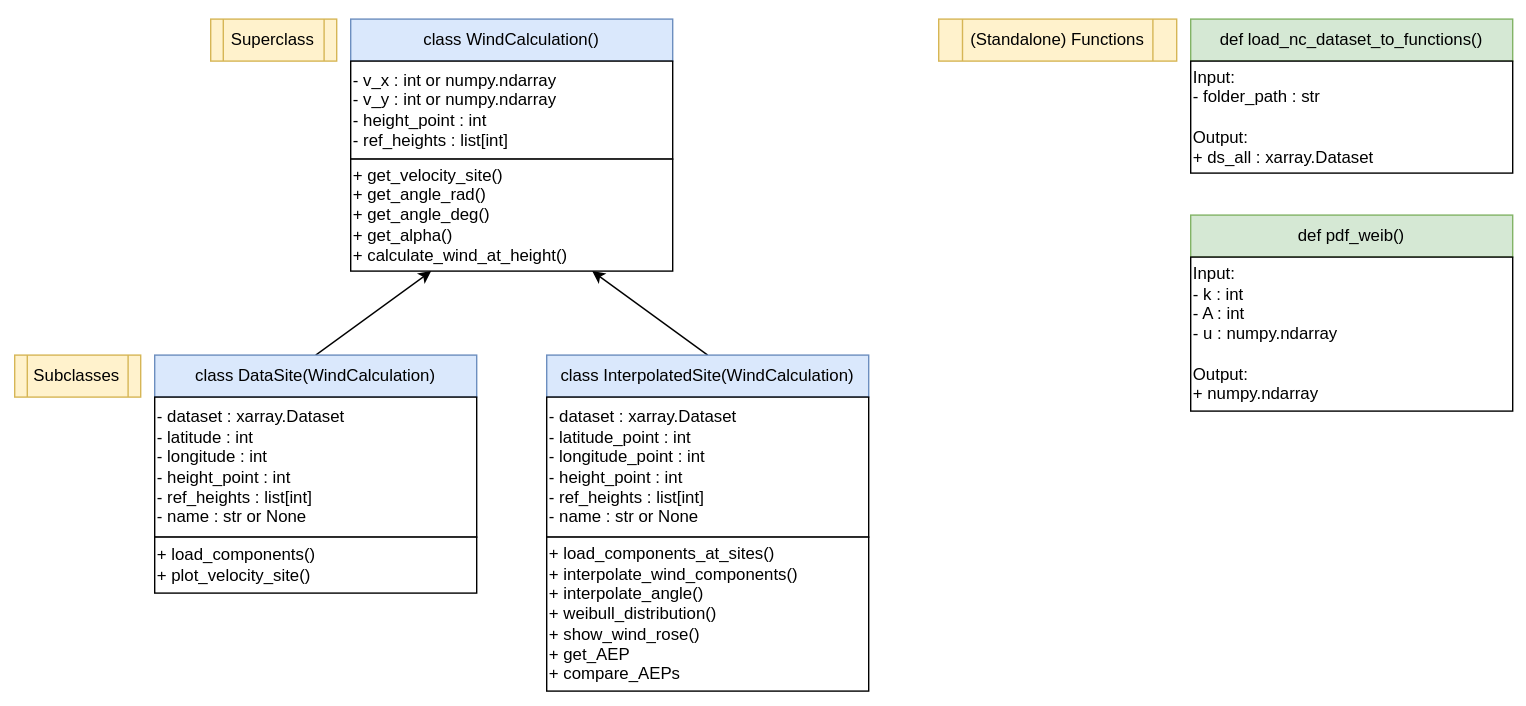
Before: diagrams/Overview.svg, a diagram exported from draw.io (DTUWindEducation/final-project-grustlers). Source tidied: cells renumbered, new cells last; positions are measured from the earlier drawing's top-left corner, leaving out a move shared by most shapes.
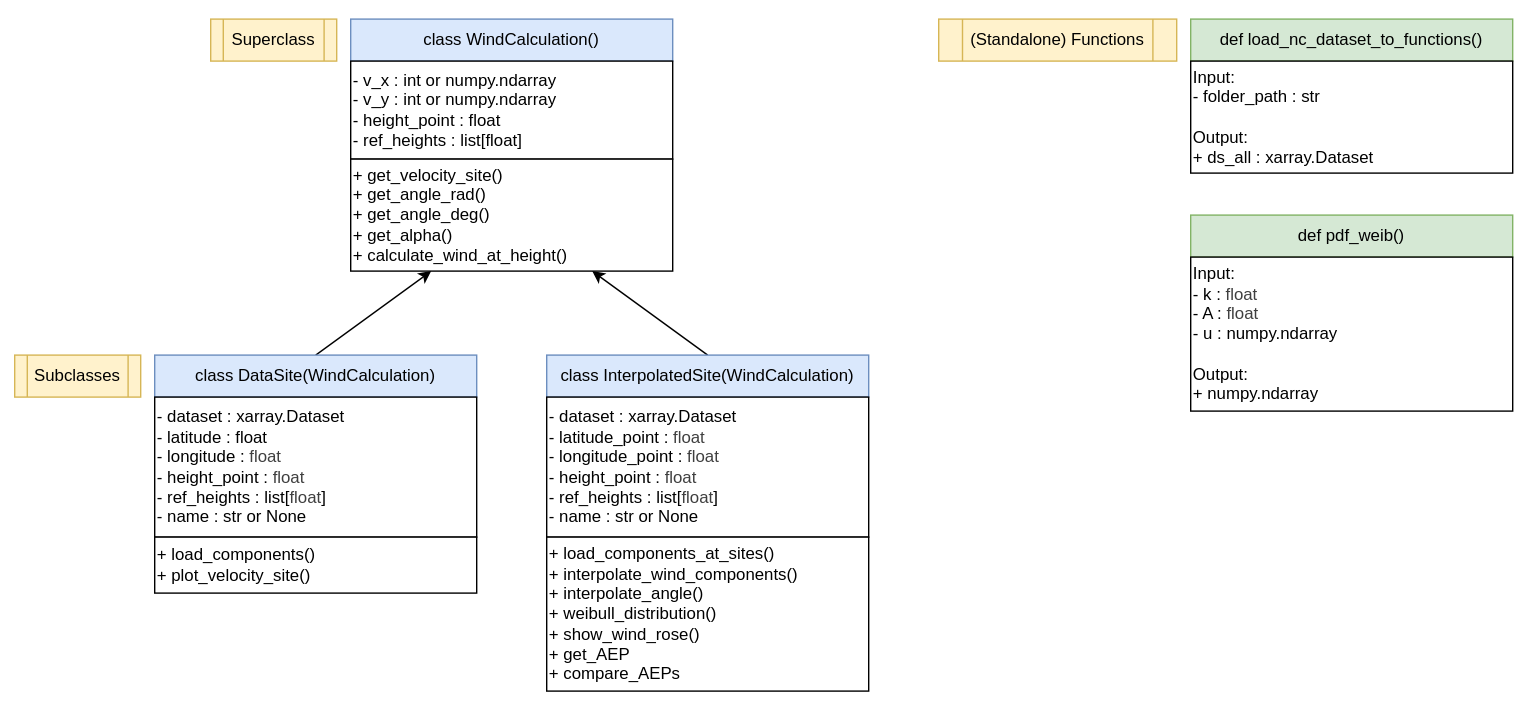
The same file after the commit.

Commit message:
Fixed a typo in README and updated diagrams because of misinterpretation of some inputs for certain functions/methods

Diff of the diagram source:
```diff
@@ -8,7 +8,7 @@
     <mxCell id="3" value="class WindCalculation()" style="rounded=0;whiteSpace=wrap;html=1;fillColor=#dae8fc;strokeColor=#6c8ebf;" parent="1" vertex="1">
       <mxGeometry x="250" y="14" width="230" height="30" as="geometry" />
     </mxCell>
-    <mxCell id="4" value="- v_x : int or numpy.ndarray&lt;div&gt;- v_y : int or numpy.ndarray&lt;/div&gt;&lt;div&gt;- height_point : int&lt;/div&gt;&lt;div&gt;- ref_heights : list[int]&lt;/div&gt;" style="rounded=0;whiteSpace=wrap;html=1;align=left;" parent="1" vertex="1">
+    <mxCell id="4" value="- v_x : int or numpy.ndarray&lt;div&gt;- v_y : int or numpy.ndarray&lt;/div&gt;&lt;div&gt;- height_point : float&lt;/div&gt;&lt;div&gt;- ref_heights : list[float]&lt;/div&gt;" style="rounded=0;whiteSpace=wrap;html=1;align=left;" parent="1" vertex="1">
       <mxGeometry x="250" y="44" width="230" height="70" as="geometry" />
     </mxCell>
     <mxCell id="5" value="+ get_velocity_site()&lt;div&gt;+ get_angle_rad()&lt;/div&gt;&lt;div&gt;+ get_angle_deg()&lt;/div&gt;&lt;div&gt;+ get_alpha()&lt;/div&gt;&lt;div&gt;+ calculate_wind_at_height()&lt;/div&gt;" style="rounded=0;whiteSpace=wrap;html=1;align=left;" parent="1" vertex="1">
@@ -26,7 +26,7 @@
     <mxCell id="9" value="class InterpolatedSite(WindCalculation)" style="rounded=0;whiteSpace=wrap;html=1;fillColor=#dae8fc;strokeColor=#6c8ebf;" parent="1" vertex="1">
       <mxGeometry x="390" y="254" width="230" height="30" as="geometry" />
     </mxCell>
-    <mxCell id="10" value="&lt;div&gt;- dataset :&amp;nbsp;xarray.Dataset&lt;/div&gt;&lt;div&gt;- latitude : int&lt;/div&gt;&lt;div&gt;- longitude : int&lt;/div&gt;&lt;span style=&quot;background-color: transparent;&quot;&gt;- height_point : int&lt;/span&gt;&lt;div&gt;- ref_heights : list[int]&lt;/div&gt;&lt;div&gt;- name : str or None&lt;/div&gt;" style="rounded=0;whiteSpace=wrap;html=1;align=left;" parent="1" vertex="1">
+    <mxCell id="10" value="&lt;div&gt;- dataset :&amp;nbsp;xarray.Dataset&lt;/div&gt;&lt;div&gt;- latitude : float&lt;/div&gt;&lt;div&gt;- longitude :&amp;nbsp;&lt;span style=&quot;color: rgb(63, 63, 63); background-color: transparent;&quot;&gt;float&lt;/span&gt;&lt;/div&gt;&lt;span style=&quot;background-color: transparent;&quot;&gt;- height_point :&amp;nbsp;&lt;/span&gt;&lt;span style=&quot;color: rgb(63, 63, 63);&quot;&gt;float&lt;/span&gt;&lt;div&gt;- ref_heights : list[&lt;span style=&quot;color: rgb(63, 63, 63);&quot;&gt;float&lt;/span&gt;]&lt;/div&gt;&lt;div&gt;- name : str or None&lt;/div&gt;" style="rounded=0;whiteSpace=wrap;html=1;align=left;" parent="1" vertex="1">
       <mxGeometry x="110" y="284" width="230" height="100" as="geometry" />
     </mxCell>
     <mxCell id="11" value="+ load_components()&lt;div&gt;+ plot_velocity_site()&lt;/div&gt;" style="rounded=0;whiteSpace=wrap;html=1;align=left;" parent="1" vertex="1">
@@ -38,7 +38,7 @@
     <mxCell id="13" value="Subclasses" style="shape=process;whiteSpace=wrap;html=1;backgroundOutline=1;fillColor=#fff2cc;strokeColor=#d6b656;" parent="1" vertex="1">
       <mxGeometry x="10" y="254" width="90" height="30" as="geometry" />
     </mxCell>
-    <mxCell id="14" value="&lt;div&gt;- dataset :&amp;nbsp;xarray.Dataset&lt;/div&gt;&lt;div&gt;- latitude_point : int&lt;/div&gt;&lt;div&gt;- longitude_point : int&lt;/div&gt;&lt;span style=&quot;background-color: transparent;&quot;&gt;- height_point : int&lt;/span&gt;&lt;div&gt;- ref_heights : list[int]&lt;/div&gt;&lt;div&gt;- name : str or None&lt;/div&gt;" style="rounded=0;whiteSpace=wrap;html=1;align=left;" parent="1" vertex="1">
+    <mxCell id="14" value="&lt;div&gt;- dataset :&amp;nbsp;xarray.Dataset&lt;/div&gt;&lt;div&gt;- latitude_point :&amp;nbsp;&lt;span style=&quot;color: rgb(63, 63, 63); background-color: transparent;&quot;&gt;float&lt;/span&gt;&lt;/div&gt;&lt;div&gt;- longitude_point :&amp;nbsp;&lt;span style=&quot;color: rgb(63, 63, 63); background-color: transparent;&quot;&gt;float&lt;/span&gt;&lt;/div&gt;&lt;span style=&quot;background-color: transparent;&quot;&gt;- height_point :&amp;nbsp;&lt;/span&gt;&lt;span style=&quot;color: rgb(63, 63, 63);&quot;&gt;float&lt;/span&gt;&lt;div&gt;- ref_heights : list[&lt;span style=&quot;color: rgb(63, 63, 63);&quot;&gt;float&lt;/span&gt;]&lt;/div&gt;&lt;div&gt;- name : str or None&lt;/div&gt;" style="rounded=0;whiteSpace=wrap;html=1;align=left;" parent="1" vertex="1">
       <mxGeometry x="390" y="284" width="230" height="100" as="geometry" />
     </mxCell>
     <mxCell id="15" value="+ load_components_at_sites()&lt;div&gt;+ interpolate_wind_components()&lt;/div&gt;&lt;div&gt;+ interpolate_angle()&lt;/div&gt;&lt;div&gt;+ weibull_distribution()&lt;/div&gt;&lt;div&gt;+ show_wind_rose()&lt;/div&gt;&lt;div&gt;+ get_AEP&lt;/div&gt;&lt;div&gt;+ compare_AEPs&lt;/div&gt;" style="rounded=0;whiteSpace=wrap;html=1;align=left;" parent="1" vertex="1">
@@ -56,7 +56,7 @@
     <mxCell id="19" value="def pdf_weib()" style="rounded=0;whiteSpace=wrap;html=1;fillColor=#d5e8d4;strokeColor=#82b366;" parent="1" vertex="1">
       <mxGeometry x="850" y="154" width="230" height="30" as="geometry" />
     </mxCell>
-    <mxCell id="20" value="&lt;div&gt;Input:&lt;/div&gt;- k : int&lt;div&gt;&lt;font color=&quot;#000000&quot;&gt;- A : int&lt;/font&gt;&lt;/div&gt;&lt;div&gt;&lt;font color=&quot;#000000&quot;&gt;- u : numpy.ndarray&lt;br&gt;&lt;/font&gt;&lt;div&gt;&lt;br&gt;&lt;/div&gt;&lt;div&gt;Output:&lt;/div&gt;&lt;div&gt;+&amp;nbsp;&lt;span style=&quot;color: rgb(0, 0, 0); background-color: transparent;&quot;&gt;numpy.ndarray&lt;/span&gt;&lt;/div&gt;&lt;/div&gt;" style="rounded=0;whiteSpace=wrap;html=1;align=left;" parent="1" vertex="1">
+    <mxCell id="20" value="&lt;div&gt;Input:&lt;/div&gt;- k :&amp;nbsp;&lt;span style=&quot;color: rgb(63, 63, 63);&quot;&gt;float&lt;/span&gt;&lt;div&gt;&lt;font color=&quot;#000000&quot;&gt;- A :&amp;nbsp;&lt;/font&gt;&lt;span style=&quot;color: rgb(63, 63, 63); background-color: transparent;&quot;&gt;float&lt;/span&gt;&lt;/div&gt;&lt;div&gt;&lt;font color=&quot;#000000&quot;&gt;- u : numpy.ndarray&lt;br&gt;&lt;/font&gt;&lt;div&gt;&lt;br&gt;&lt;/div&gt;&lt;div&gt;Output:&lt;/div&gt;&lt;div&gt;+&amp;nbsp;&lt;span style=&quot;color: rgb(0, 0, 0); background-color: transparent;&quot;&gt;numpy.ndarray&lt;/span&gt;&lt;/div&gt;&lt;/div&gt;" style="rounded=0;whiteSpace=wrap;html=1;align=left;" parent="1" vertex="1">
       <mxGeometry x="850" y="184" width="230" height="110" as="geometry" />
     </mxCell>
   </root>
```
